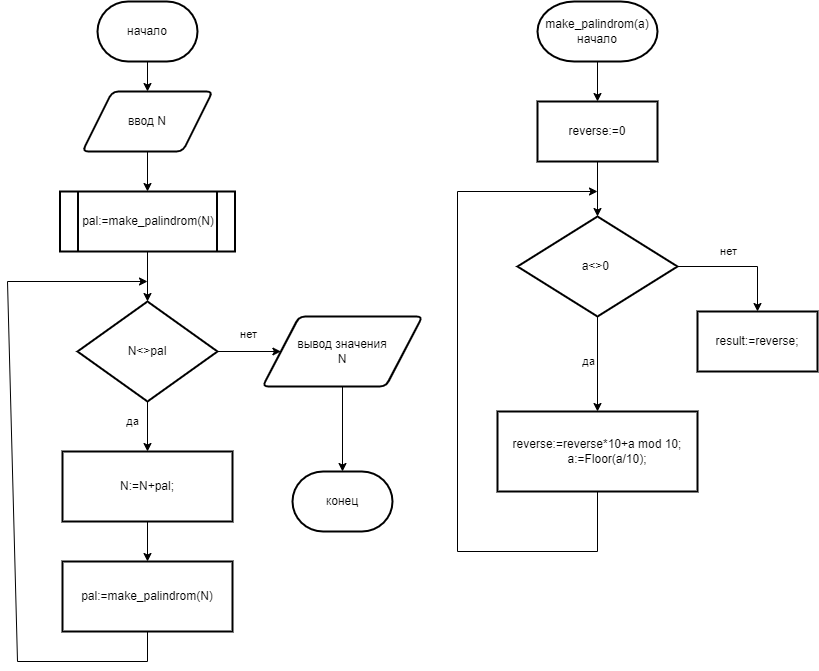
Earlier version of the draw.io export lab1_dop.png (MarkOstapchuk/lab-1). Source tidied: cells renumbered, new cells last; positions are measured from the earlier drawing's top-left corner, leaving out a move shared by most shapes.
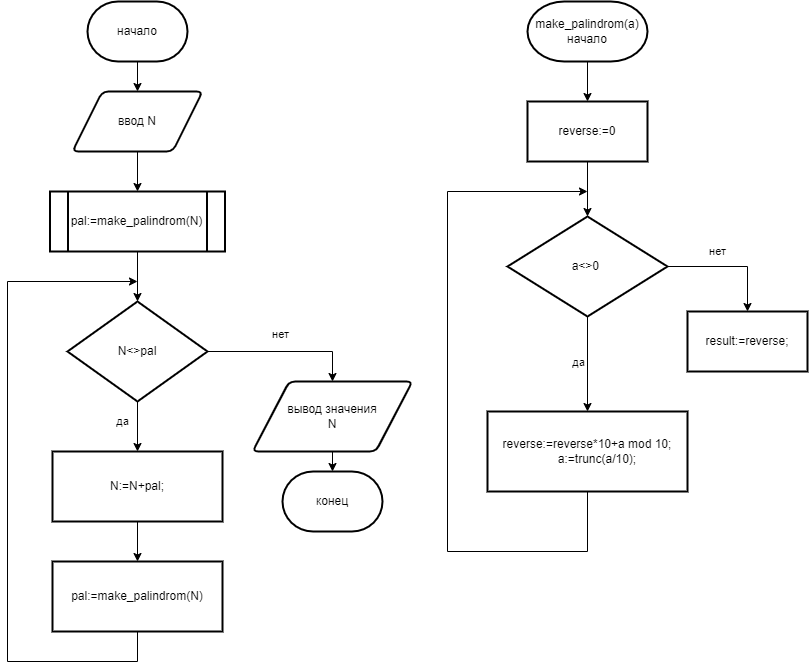
After the commit.

The edit, as a diff of the source:
```diff
@@ -35,15 +35,19 @@
         <Array as="points">
           <mxPoint x="140" y="660" />
           <mxPoint x="10" y="660" />
-          <mxPoint y="280" />
+          <mxPoint x="10" y="280" />
         </Array>
       </mxGeometry>
     </mxCell>
-    <mxCell id="12" value="нет" style="endArrow=classic;html=1;rounded=0;exitX=1;exitY=0.5;exitDx=0;exitDy=0;exitPerimeter=0;entryX=0;entryY=0.5;entryDx=0;entryDy=0;spacingBottom=15;" parent="1" edge="1" source="8" target="13">
-      <mxGeometry x="-0.05" y="10" relative="1" as="geometry" />
+    <mxCell id="12" value="нет" style="endArrow=classic;html=1;rounded=0;exitX=1;exitY=0.5;exitDx=0;exitDy=0;exitPerimeter=0;entryX=0.5;entryY=0;entryDx=0;entryDy=0;spacingBottom=15;" parent="1" edge="1" source="8" target="13">
+      <mxGeometry x="-0.05" y="10" relative="1" as="geometry">
+        <Array as="points">
+          <mxPoint x="335" y="350" />
+        </Array>
+      </mxGeometry>
     </mxCell>
     <mxCell id="13" value="вывод значения&lt;br&gt;N" style="shape=parallelogram;html=1;strokeWidth=2;perimeter=parallelogramPerimeter;whiteSpace=wrap;rounded=1;arcSize=12;size=0.23;" parent="1" vertex="1">
-      <mxGeometry x="255" y="315" width="160" height="70" as="geometry" />
+      <mxGeometry x="255" y="380" width="160" height="70" as="geometry" />
     </mxCell>
     <mxCell id="14" style="endArrow=classic;html=1;rounded=0;exitX=0.5;exitY=1;exitDx=0;exitDy=0;entryX=0.5;entryY=0;entryDx=0;entryDy=0;entryPerimeter=0;" parent="1" edge="1" source="13" target="15">
       <mxGeometry relative="1" as="geometry" />
@@ -66,7 +70,7 @@
     <mxCell id="20" value="a&amp;lt;&amp;gt;0&amp;nbsp;" style="strokeWidth=2;html=1;shape=mxgraph.flowchart.decision;whiteSpace=wrap;" parent="1" vertex="1">
       <mxGeometry x="510" y="215" width="160" height="100" as="geometry" />
     </mxCell>
-    <mxCell id="21" value="&lt;div&gt;reverse:=reverse*10+a mod 10;&lt;/div&gt;&lt;div&gt;&amp;nbsp; &amp;nbsp; &amp;nbsp; a:=Floor(a/10);&lt;/div&gt;" style="rounded=0;whiteSpace=wrap;html=1;strokeWidth=2;" parent="1" vertex="1">
+    <mxCell id="21" value="&lt;div&gt;reverse:=reverse*10+a mod 10;&lt;/div&gt;&lt;div&gt;&amp;nbsp; &amp;nbsp; &amp;nbsp; a:=trunc(a/10);&lt;/div&gt;" style="rounded=0;whiteSpace=wrap;html=1;strokeWidth=2;" parent="1" vertex="1">
       <mxGeometry x="490" y="410" width="200" height="80" as="geometry" />
     </mxCell>
     <mxCell id="22" style="endArrow=classic;html=1;rounded=0;exitX=0.5;exitY=1;exitDx=0;exitDy=0;exitPerimeter=0;entryX=0.5;entryY=0;entryDx=0;entryDy=0;" parent="1" edge="1" source="20" target="21">
```
